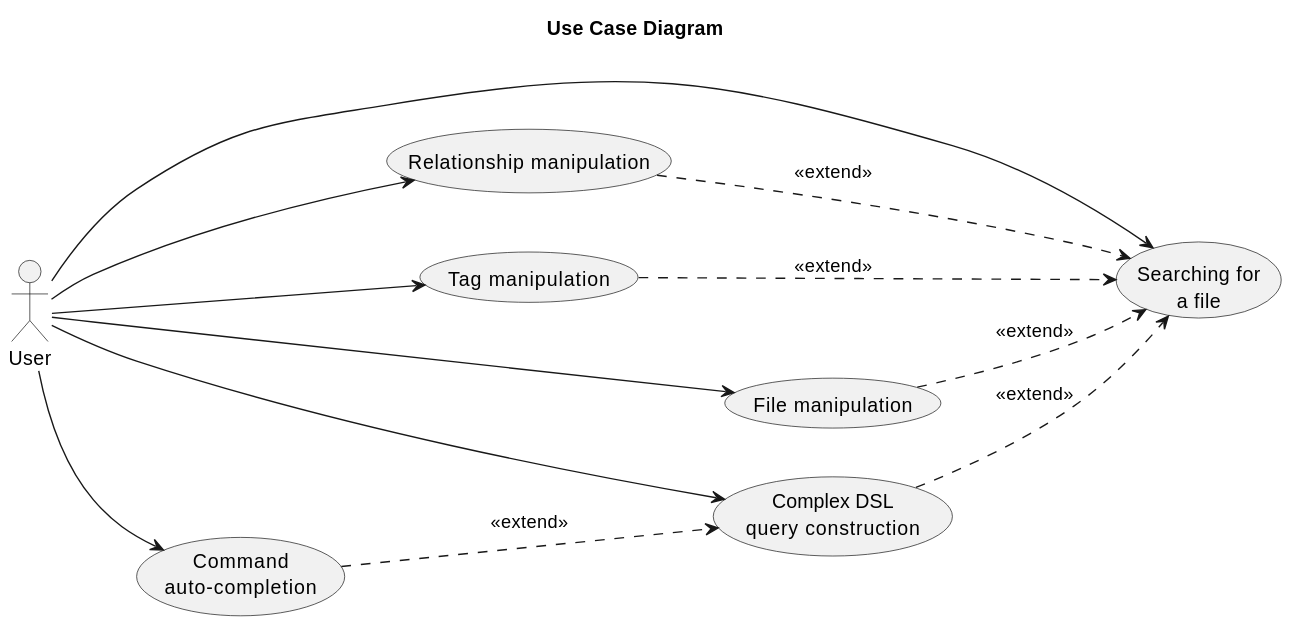
The PlantUML diagram thesis/chapters/analysis/use-cases/use-case/use-case-diagram.svg in TrueBubo/Graphle, before a commit. Its source is kept beside it as thesis/chapters/analysis/use-cases/use-case/use-case-diagram.puml. Its diagram source:
```plantuml
@startuml USE CASE DIAGRAM
Title Use Case Diagram

left to right direction

actor User

usecase UC1 as "Searching for\na file"
usecase UC2 as "Relationship manipulation"
usecase UC3 as "Tag manipulation"
usecase UC4 as "File manipulation"
usecase UC5 as "Complex DSL\nquery construction"
usecase UC6 as "Command\nauto-completion"

User  --> UC1
User  --> UC2
User  --> UC3
User  --> UC4
User  --> UC5
User  --> UC6

UC2 ..> UC1 : <<extend>>
UC3 ..> UC1 : <<extend>>
UC4 ..> UC1 : <<extend>>
UC5 ..> UC1 : <<extend>>
UC6 ..> UC5 : <<extend>>

@enduml
```
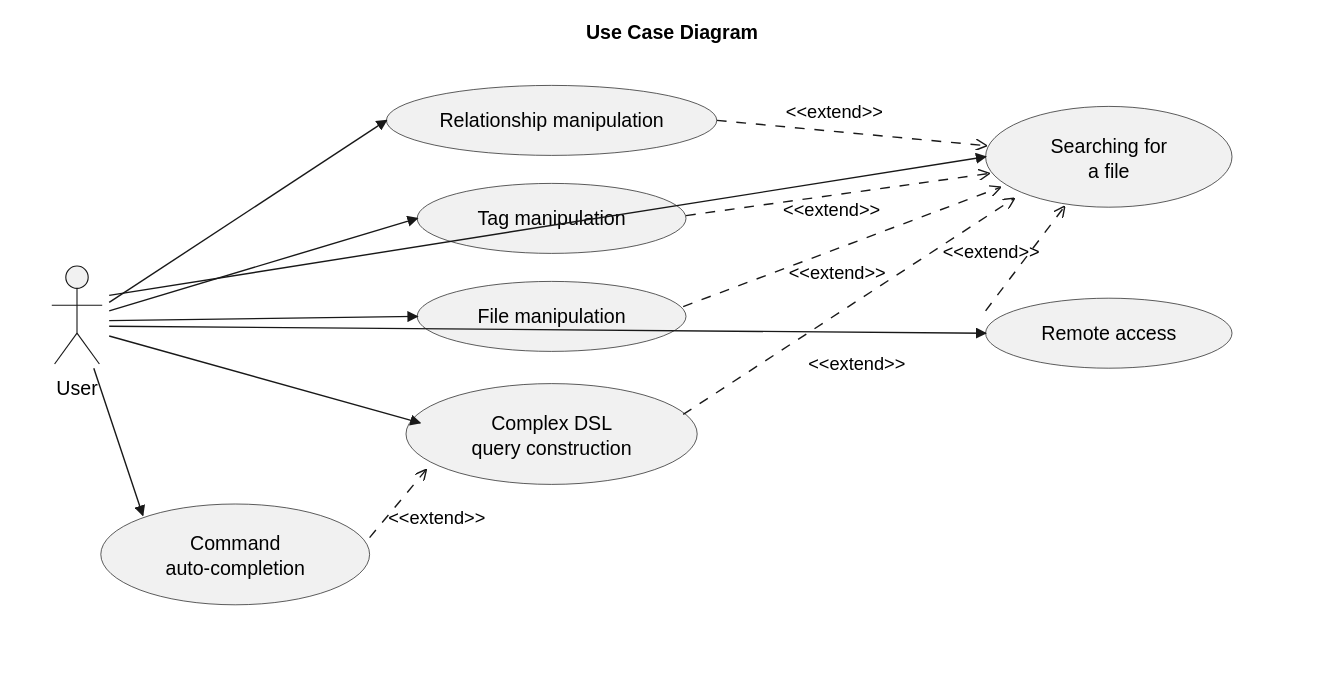
Above is the later version.

Change to the diagram source:
```diff
@@ -11,6 +11,7 @@
 usecase UC4 as "File manipulation"
 usecase UC5 as "Complex DSL\nquery construction"
 usecase UC6 as "Command\nauto-completion"
+usecase UC7 as "Remote access"
 
 User  --> UC1
 User  --> UC2
@@ -18,11 +19,13 @@
 User  --> UC4
 User  --> UC5
 User  --> UC6
+User  --> UC7
 
 UC2 ..> UC1 : <<extend>>
 UC3 ..> UC1 : <<extend>>
 UC4 ..> UC1 : <<extend>>
 UC5 ..> UC1 : <<extend>>
 UC6 ..> UC5 : <<extend>>
+UC7 ..> UC1 : <<extend>>
 
 @enduml
```
